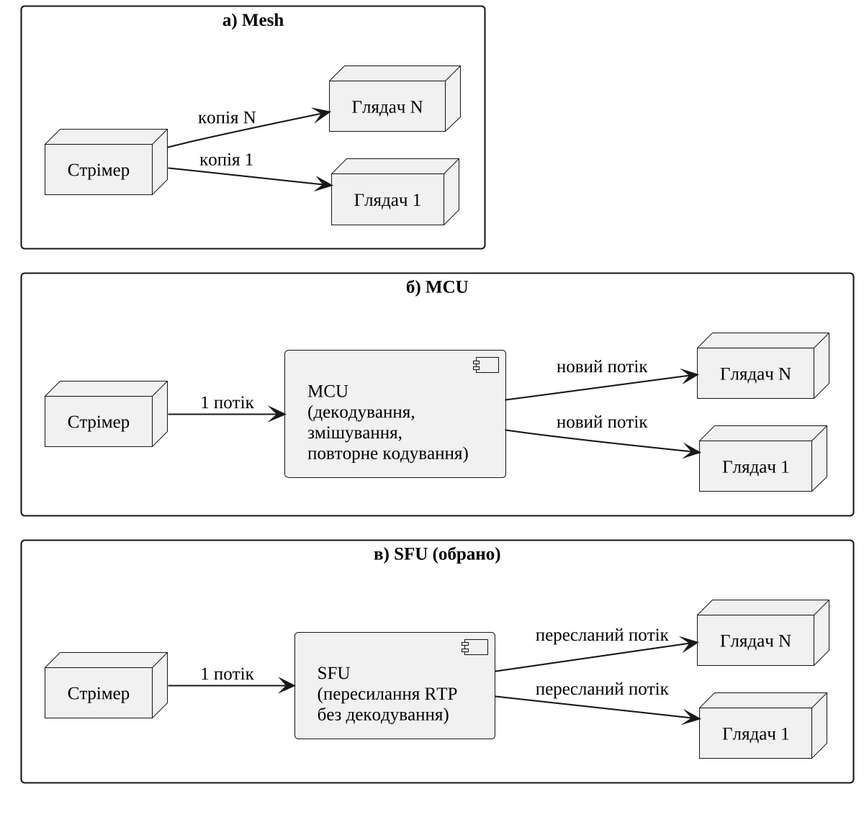
Above: thesis/diagrams/fig-topologies.png in Nikitos1926/stream-share (PlantUML), before the change.
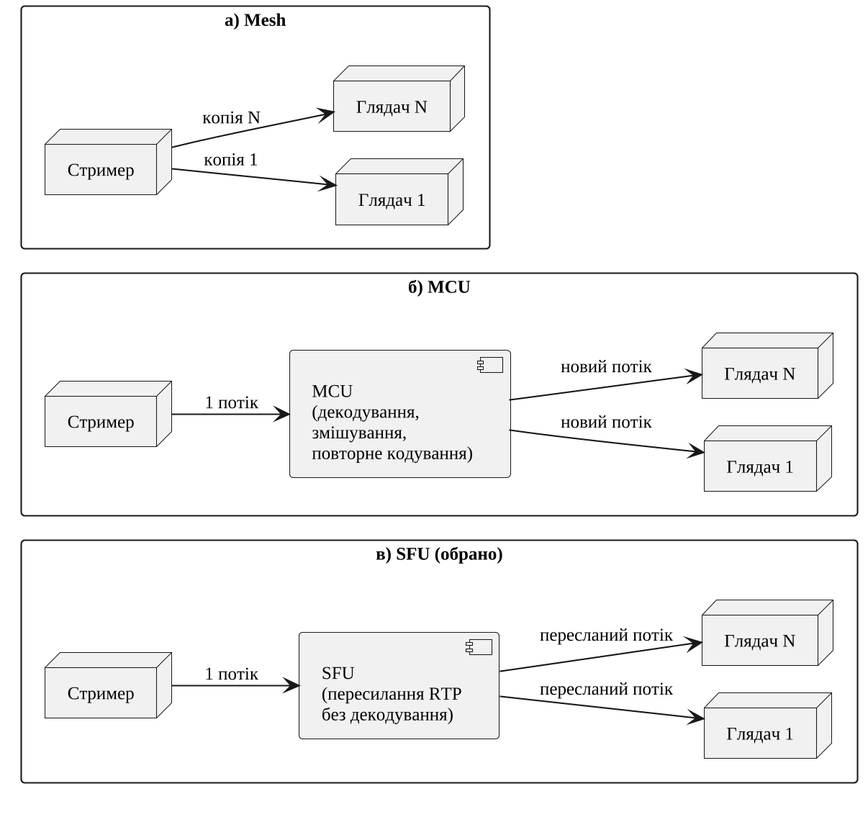
The same file after the commit.

What changed in the source:
```diff
@@ -9,7 +9,7 @@
 left to right direction
 
 package "в) SFU (обрано)" as Sfu {
-  node "Стрімер" as F_S
+  node "Стример" as F_S
   component "SFU\n(пересилання RTP\nбез декодування)" as F_M
   node "Глядач 1" as F_V1
   node "Глядач N" as F_V3
@@ -19,7 +19,7 @@
 }
 
 package "б) MCU" as Mcu {
-  node "Стрімер" as C_S
+  node "Стример" as C_S
   component "MCU\n(декодування,\nзмішування,\nповторне кодування)" as C_M
   node "Глядач 1" as C_V1
   node "Глядач N" as C_V3
@@ -29,7 +29,7 @@
 }
 
 package "а) Mesh" as Mesh {
-  node "Стрімер" as M_S
+  node "Стример" as M_S
   node "Глядач 1" as M_V1
   node "Глядач N" as M_V3
   M_S --> M_V1 : копія 1
```
